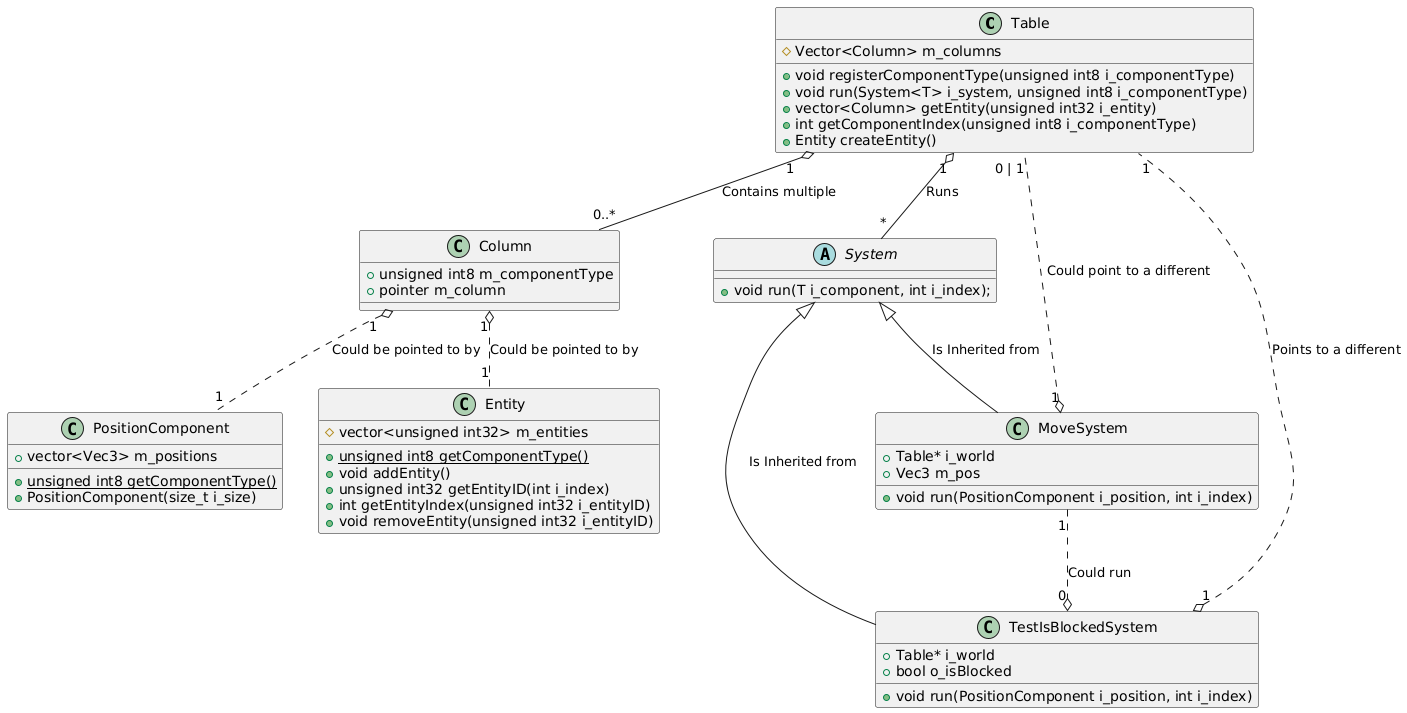
Before: ClassDiagram.png, a diagram exported from PlantUML (NCCA/programming-assignment-supersliser).
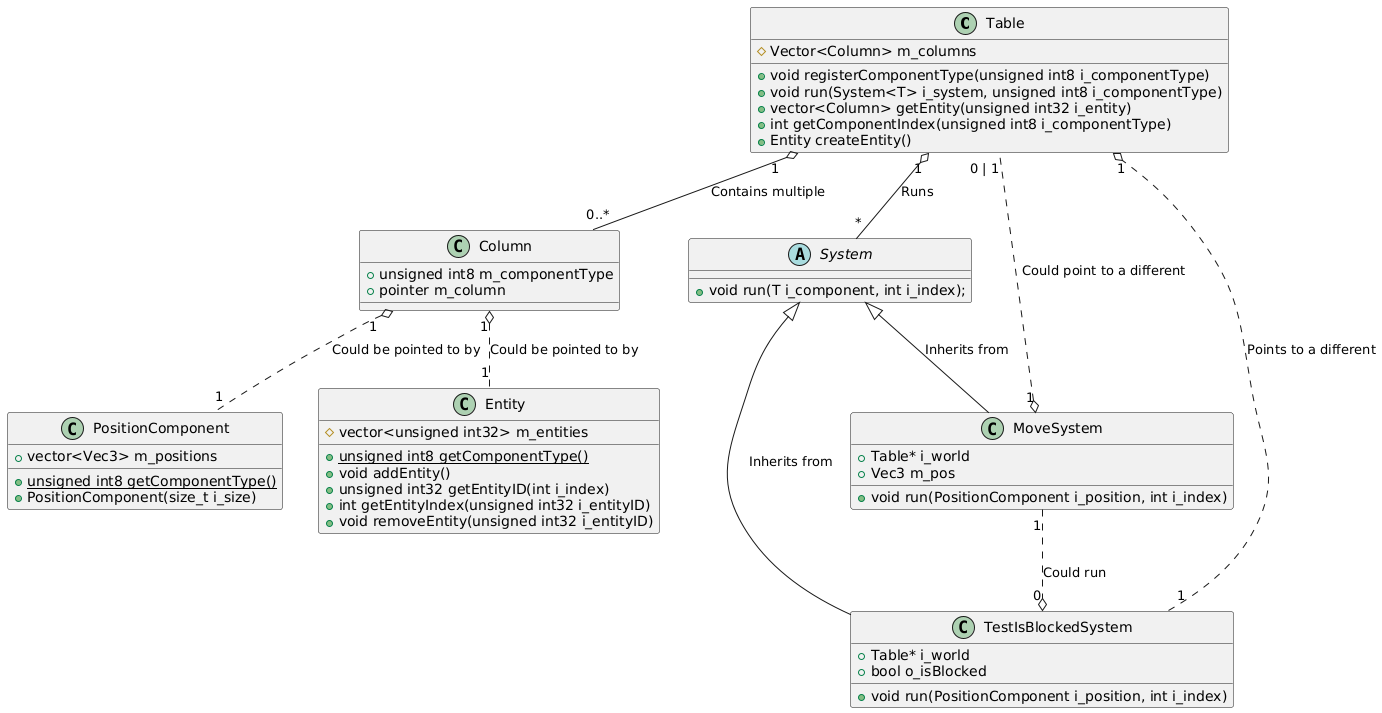
Above is the later version.

Change to the diagram source:
```diff
@@ -50,10 +50,10 @@
 Table "1" o-- "0..*" Column : "Contains multiple"
 Column "1" o.. "1" PositionComponent : "Could be pointed to by"
 Column "1" o.. "1" Entity : "Could be pointed to by"
-System <|-- MoveSystem : "Is Inherited from"
+System <|-- MoveSystem : "Inherits from"
 Table "1" o-- "*" System : "Runs"
-System <|-- TestIsBlockedSystem : "Is Inherited from"
-TestIsBlockedSystem "1" o.. "1" Table : "Points to a different"
+System <|-- TestIsBlockedSystem : "Inherits from"
+TestIsBlockedSystem "1" ..o "1" Table : "Points to a different"
 MoveSystem "1" o.. "0 | 1" Table : "Could point to a different"
 MoveSystem "1" ..o "0" TestIsBlockedSystem : "Could run"
 
```
